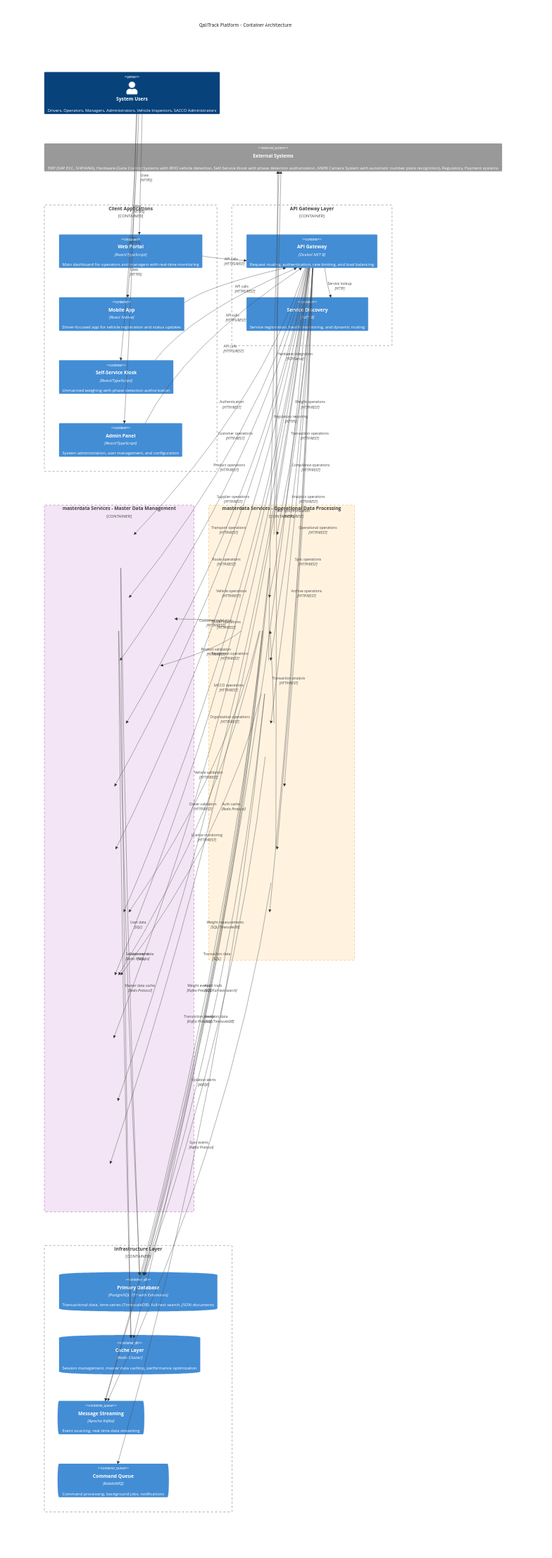
Qalitrack/qalitrackservices keeps this Mermaid diagram as docs/c4/assets/container-architecture.png. Above is the earlier version. Its source is kept beside it as docs/c4/container-architecture.mmd.
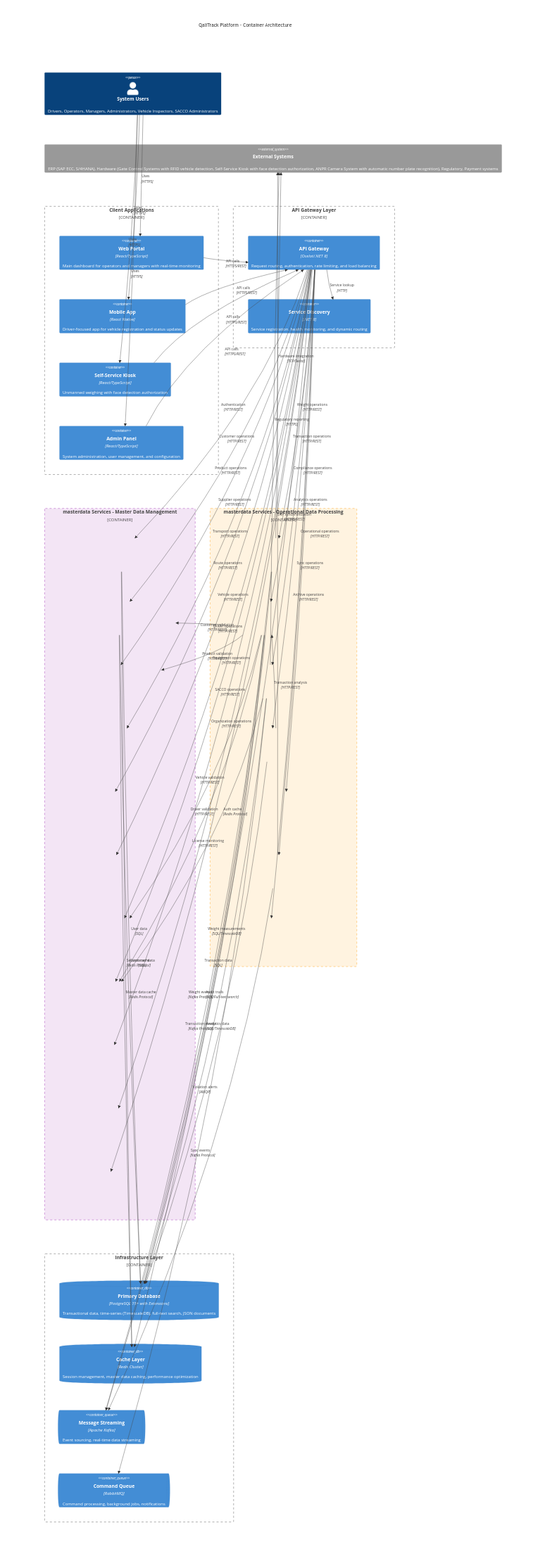
The same diagram one commit later.

Diff of the diagram source:
```diff
@@ -6,7 +6,7 @@
     Container_Boundary(client_layer, "Client Applications") {
         Container(web_portal, "Web Portal", "React/TypeScript", "Main dashboard for operators and managers with real-time monitoring")
         Container(mobile_app, "Mobile App", "React Native", "Driver-focused app for vehicle registration and status updates")
-        Container(kiosk_app, "Self-Service Kiosk", "React/TypeScript", "Unmanned weighing with phase detection authorization")
+        Container(kiosk_app, "Self-Service Kiosk", "React/TypeScript", "Unmanned weighing with face detection authorization")
         Container(admin_panel, "Admin Panel", "React/TypeScript", "System administration, user management, and configuration")
     }
 
@@ -46,7 +46,7 @@
         ContainerQueue(command_queue, "Command Queue", "RabbitMQ", "Command processing, background jobs, notifications")
     }
 
-    System_Ext(external_systems, "External Systems", "ERP (SAP ECC, S/4HANA), Hardware (Gate Control Systems with RFID vehicle detection, Self-Service Kiosk with phase detection authorization, ANPR Camera System with automatic number plate recognition), Regulatory, Payment systems")
+    System_Ext(external_systems, "External Systems", "ERP (SAP ECC, S/4HANA), Hardware (Gate Control Systems with RFID vehicle detection, Self-Service Kiosk with face detection authorization, ANPR Camera System with automatic number plate recognition), Regulatory, Payment systems")
 
     Rel(user, web_portal, "Uses", "HTTPS")
     Rel(user, mobile_app, "Uses", "HTTPS")
```
